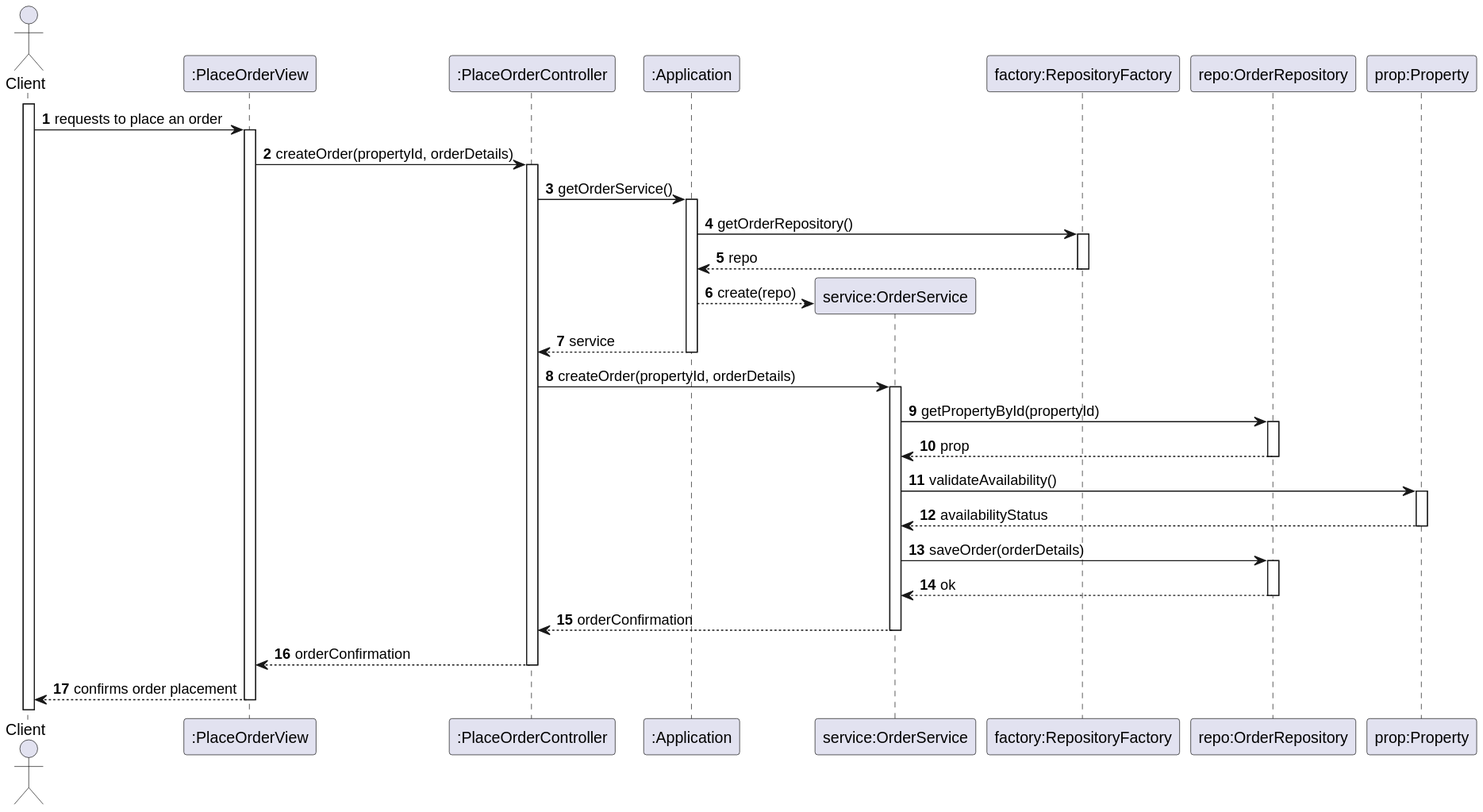
Earlier version of the PlantUML export docs/Sprint4/US32/US32-SD.svg (goncalomaia18/leti-esoft-24-25-A2). Its diagram source:
```plantuml
@startuml
autoactivate on
autonumber

actor "Client" as User
participant ":PlaceOrderView" as System
participant ":PlaceOrderController" as Ctrl
participant ":Application" as App
participant "service:OrderService" as Service
participant "factory:RepositoryFactory" as Factory
participant "repo:OrderRepository" as Repo
participant "prop:Property" as Property

activate User

User -> System: requests to place an order
System -> Ctrl: createOrder(propertyId, orderDetails)
Ctrl -> App: getOrderService()
App -> Factory: getOrderRepository()
Factory --> App: repo
App --> Service**: create(repo)
App --> Ctrl: service

Ctrl -> Service: createOrder(propertyId, orderDetails)
Service -> Repo: getPropertyById(propertyId)
Repo --> Service: prop
Service -> Property: validateAvailability()
Property --> Service: availabilityStatus
Service -> Repo: saveOrder(orderDetails)
Repo --> Service: ok
Service --> Ctrl: orderConfirmation
Ctrl --> System: orderConfirmation
System --> User: confirms order placement
@enduml
```
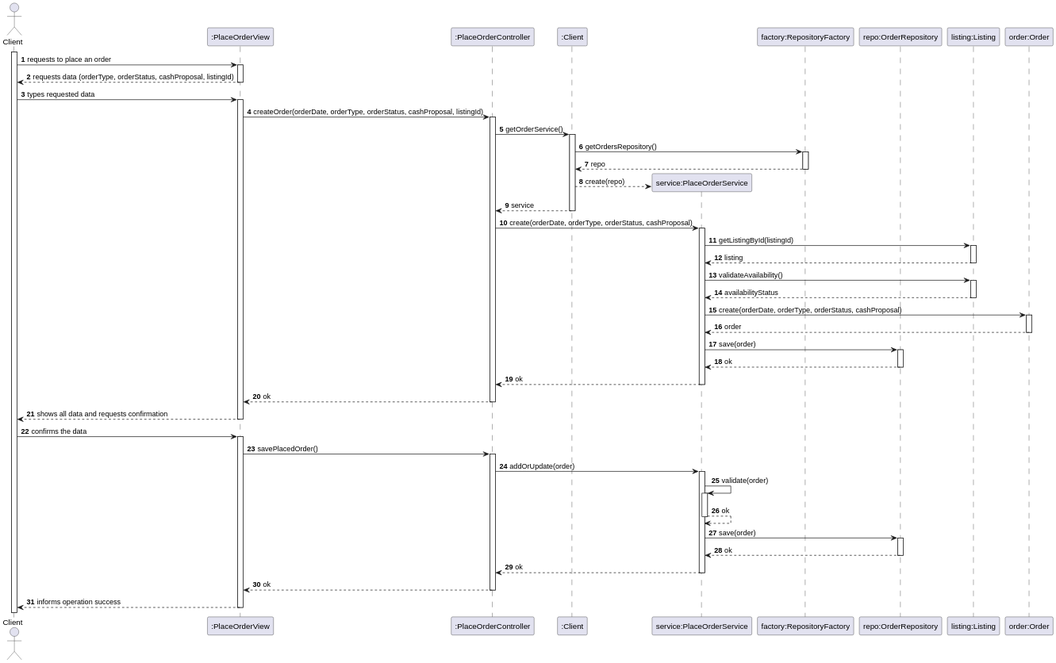
Later version of the same file.

Change to the diagram source:
```diff
@@ -1,34 +1,51 @@
 @startuml
+
 autoactivate on
 autonumber
 
 actor "Client" as User
 participant ":PlaceOrderView" as System
 participant ":PlaceOrderController" as Ctrl
-participant ":Application" as App
-participant "service:OrderService" as Service
+participant ":Client" as Client
+participant "service:PlaceOrderService" as Service
 participant "factory:RepositoryFactory" as Factory
 participant "repo:OrderRepository" as Repo
-participant "prop:Property" as Property
+participant "listing:Listing" as Listing
+participant "order:Order" as Order
 
 activate User
 
 User -> System: requests to place an order
-System -> Ctrl: createOrder(propertyId, orderDetails)
-Ctrl -> App: getOrderService()
-App -> Factory: getOrderRepository()
-Factory --> App: repo
-App --> Service**: create(repo)
-App --> Ctrl: service
+System --> User: requests data (orderType, orderStatus, cashProposal, listingId)
+User -> System: types requested data
+System -> Ctrl: createOrder(orderDate, orderType, orderStatus, cashProposal, listingId)
+Ctrl -> Client: getOrderService()
+Client -> Factory: getOrdersRepository()
+Factory --> Client: repo
+Client --> Service**: create(repo)
+Client --> Ctrl: service
 
-Ctrl -> Service: createOrder(propertyId, orderDetails)
-Service -> Repo: getPropertyById(propertyId)
-Repo --> Service: prop
-Service -> Property: validateAvailability()
-Property --> Service: availabilityStatus
-Service -> Repo: saveOrder(orderDetails)
+Ctrl -> Service: create(orderDate, orderType, orderStatus, cashProposal)
+Service -> Listing: getListingById(listingId)
+Listing --> Service: listing
+Service -> Listing: validateAvailability()
+Listing --> Service: availabilityStatus
+
+Service -> Order: create(orderDate, orderType, orderStatus, cashProposal)
+Order --> Service: order
+Service -> Repo: save(order)
 Repo --> Service: ok
-Service --> Ctrl: orderConfirmation
-Ctrl --> System: orderConfirmation
-System --> User: confirms order placement
+Service --> Ctrl: ok
+Ctrl --> System: ok
+System --> User: shows all data and requests confirmation
+User -> System: confirms the data
+System -> Ctrl: savePlacedOrder()
+Ctrl -> Service: addOrUpdate(order)
+Service -> Service : validate(order)
+Service --> Service : ok
+Service -> Repo: save(order)
+Repo --> Service : ok
+Service --> Ctrl: ok
+Ctrl --> System: ok
+System --> User: informs operation success
 @enduml
```
